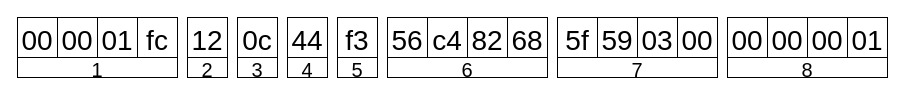
This is page "I-Frame Header" (3 of 5) of dissector/images/DVRIP_Sofia_headers.drawio from KostasEreksonas/Besder-6024PB-XMA501-ip-camera-security-investigation, a draw.io file, before an edit. Source tidied: cells renumbered, new cells numbered last; positions are measured from the earlier drawing's top-left corner, leaving out a move shared by most shapes. Both pictures are drawn from the tidied source at 100%, with x=0, y=0 at pixel (17, 17).
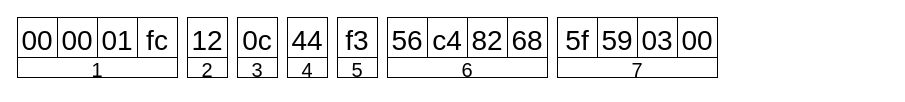
The same diagram, later.

Change to the diagram source:
```diff
@@
-    <mxCell id="15" value="01" style="whiteSpace=wrap;html=1;fontSize=28;verticalAlign=top;" parent="1" vertex="1">
-      <mxGeometry x="830" width="40" height="40" as="geometry" />
-    </mxCell>
@@
-    <mxCell id="17" value="&lt;div&gt;00&lt;/div&gt;" style="whiteSpace=wrap;html=1;fontSize=28;verticalAlign=top;" parent="1" vertex="1">
-      <mxGeometry x="710" width="40" height="40" as="geometry" />
-    </mxCell>
@@
-    <mxCell id="19" value="00" style="whiteSpace=wrap;html=1;fontSize=28;verticalAlign=top;" parent="1" vertex="1">
-      <mxGeometry x="750" width="40" height="40" as="geometry" />
-    </mxCell>
-    <mxCell id="20" value="00" style="whiteSpace=wrap;html=1;fontSize=28;verticalAlign=top;" parent="1" vertex="1">
-      <mxGeometry x="790" width="40" height="40" as="geometry" />
-    </mxCell>
@@
-    <mxCell id="25" value="&lt;font style=&quot;font-size: 20px;&quot;&gt;8&lt;/font&gt;" style="whiteSpace=wrap;html=1;fontSize=28;verticalAlign=middle;imageAspect=1;imageHeight=12;" parent="1" vertex="1">
-      <mxGeometry x="710" y="40" width="160" height="20" as="geometry" />
-    </mxCell>
```
